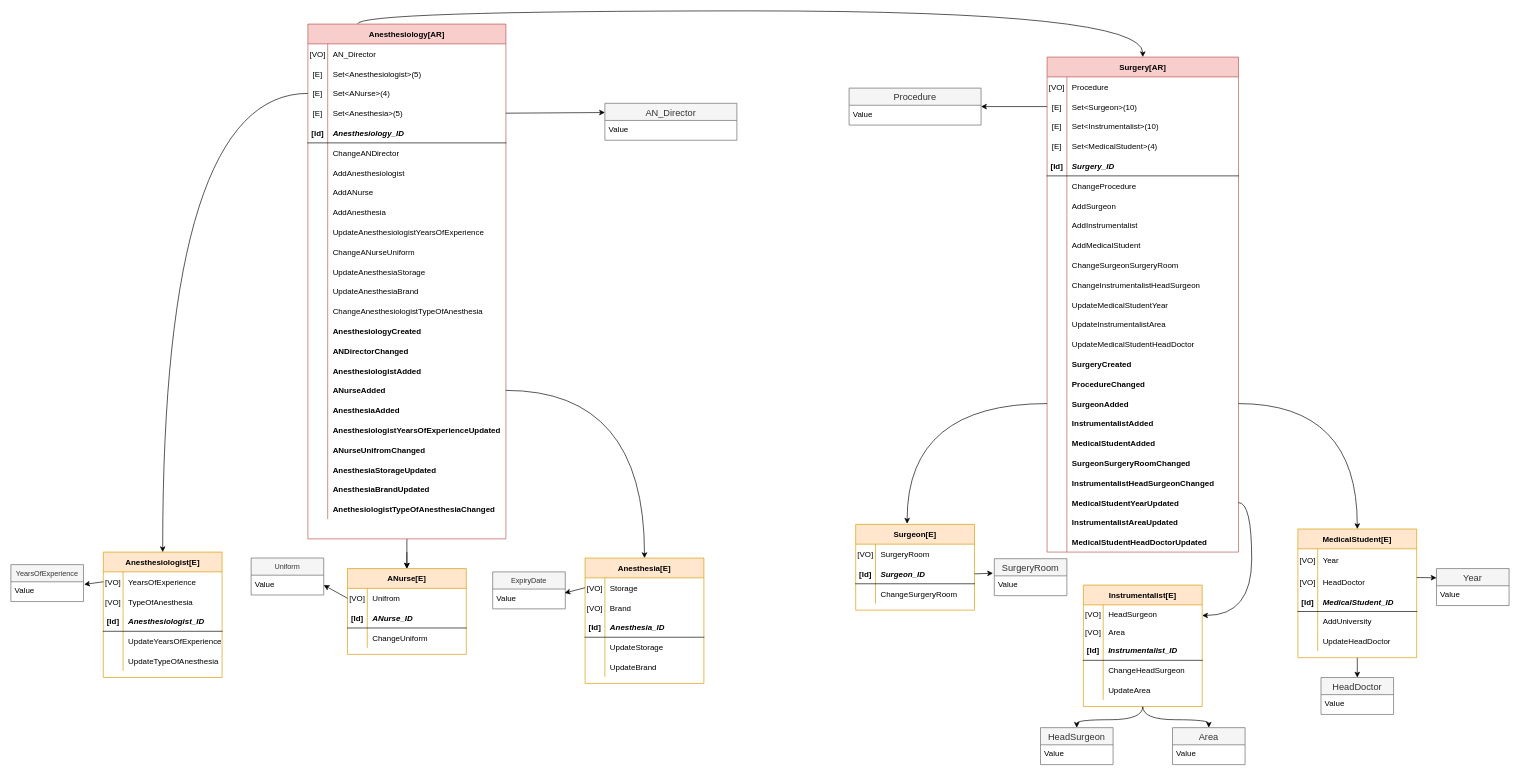
Earlier version of the draw.io diagram page "Model" (3 of 4) of model.drawio (shermaes/hospital-ddd). Source tidied: cells renumbered, new cells numbered last; positions are measured from the earlier drawing's top-left corner, leaving out a move shared by most shapes. Both pictures are drawn from the tidied source at 66%, with x=0, y=0 at pixel (11, 24).
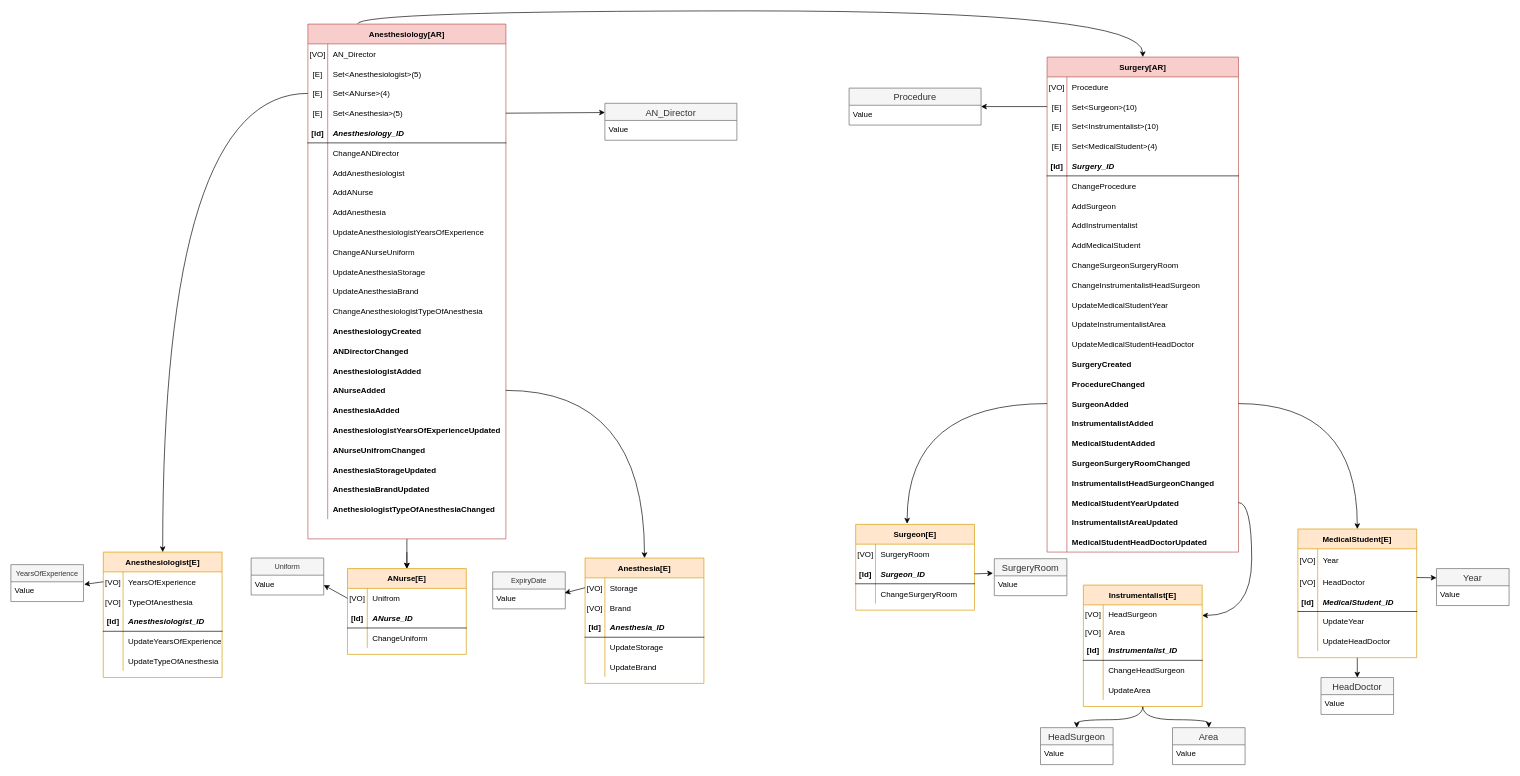
Above is the later version.

Commit message (it also covers changes not shown here):
updating the model graphs

The change refers to these unchanged cells:
```xml
<mxCell id="193" style="shape=partialRectangle;fillColor=none;top=0;left=0;bottom=0;right=0;" parent="183" vertex="1">
  <mxGeometry y="125" width="180" height="30" as="geometry" />
</mxCell>
```

What changed in the source:
```diff
@@
-    <mxCell id="195" value="AddUniversity" style="shape=partialRectangle;fillColor=none;top=0;left=0;bottom=0;right=0;align=left;spacingLeft=6;overflow=hidden;" parent="193" vertex="1">
+    <mxCell id="195" value="UpdateYear" style="shape=partialRectangle;fillColor=none;top=0;left=0;bottom=0;right=0;align=left;spacingLeft=6;overflow=hidden;" parent="193" vertex="1">
       <mxGeometry x="30" width="150" height="30" as="geometry" />
     </mxCell>
```
